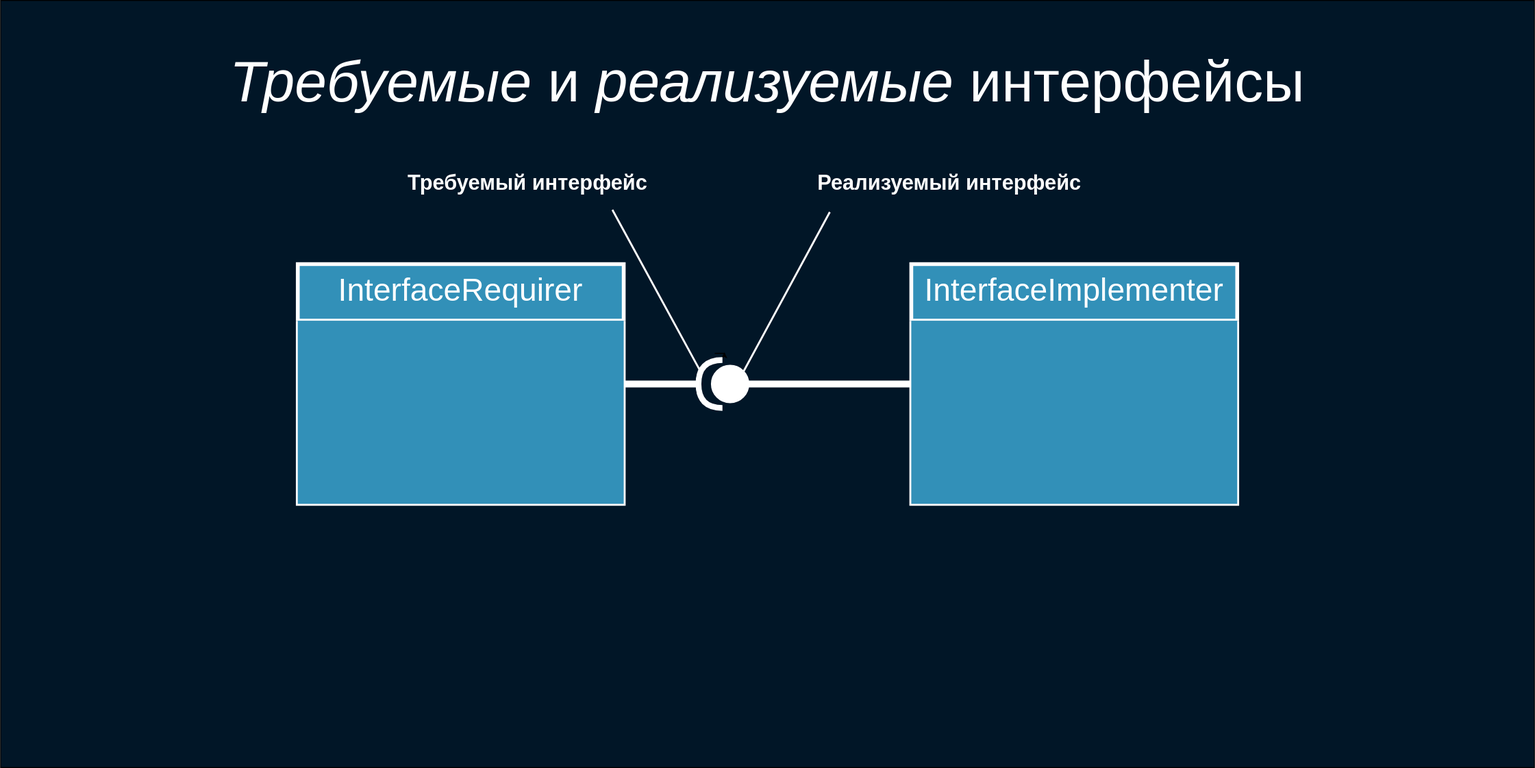
The draw.io diagram deck/ru/diagrams/requiredInterface.svg in softspiders/dip-in-ca-deck, before a commit. Source tidied: cells renumbered, new cells last; positions are measured from the earlier drawing's top-left corner, leaving out a move shared by most shapes.
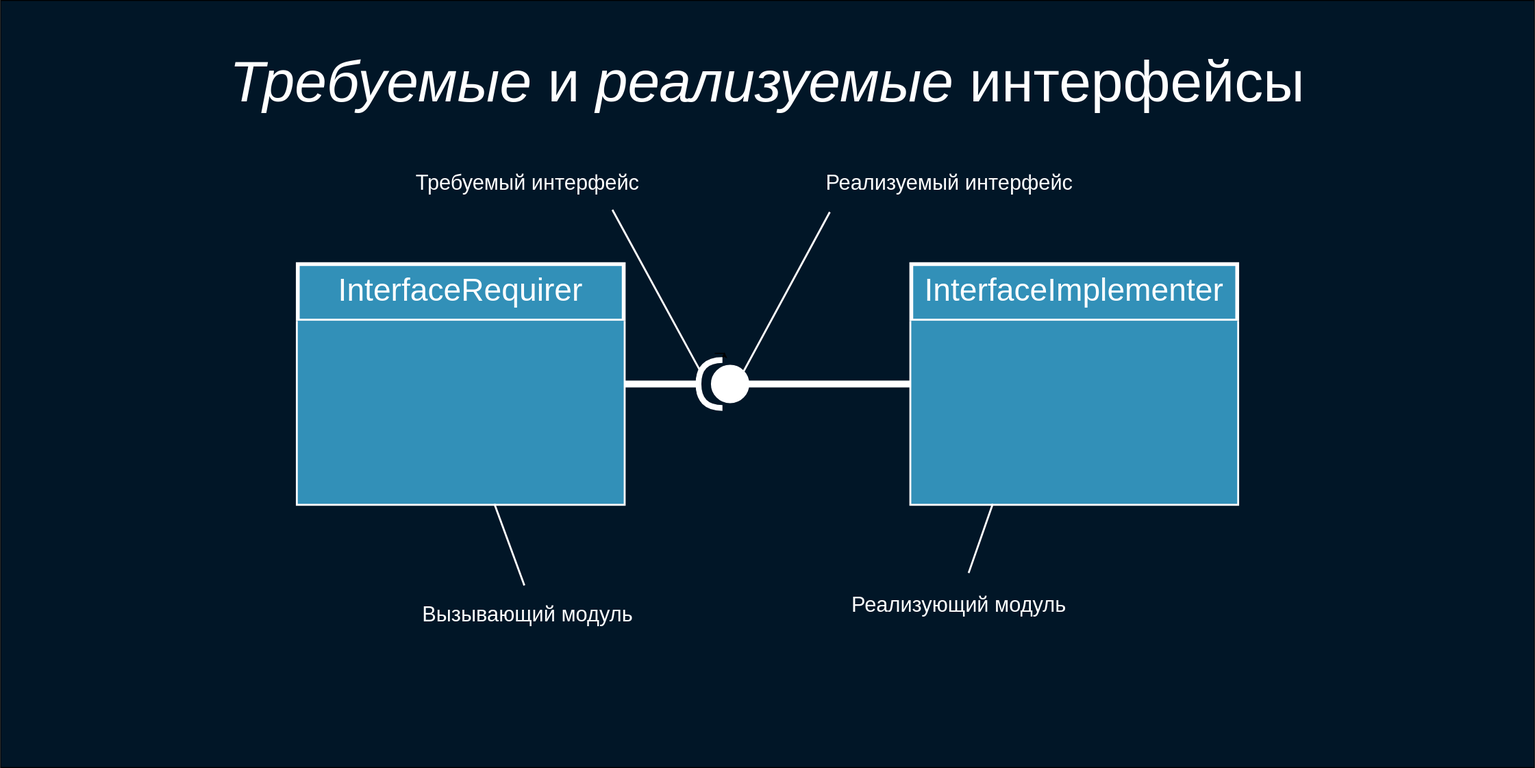
After the commit.

What changed in the source:
```diff
@@ -35,17 +35,29 @@
     <mxCell id="11" style="text;strokeColor=none;fillColor=#3290B8;align=left;verticalAlign=top;spacingLeft=4;spacingRight=4;overflow=hidden;points=[[0,0.5],[1,0.5]];portConstraint=eastwest;fontColor=#FFFFFF;fontSize=30;labelBackgroundColor=none;" parent="10" vertex="1">
       <mxGeometry y="59" width="340" height="191" as="geometry" />
     </mxCell>
-    <mxCell id="12" value="Требуемый интерфейс" style="text;align=center;fontStyle=1;verticalAlign=middle;spacingLeft=3;spacingRight=3;strokeColor=none;points=[[0,0.5],[1,0.5]];portConstraint=eastwest;labelBackgroundColor=none;fillColor=none;fontSize=22;fontColor=#FFFFFF;strokeWidth=4;" parent="1" vertex="1">
+    <mxCell id="12" value="Требуемый интерфейс" style="text;align=center;fontStyle=0;verticalAlign=middle;spacingLeft=3;spacingRight=3;strokeColor=none;points=[[0,0.5],[1,0.5]];portConstraint=eastwest;labelBackgroundColor=none;fillColor=none;fontSize=22;fontColor=#FFFFFF;strokeWidth=4;" parent="1" vertex="1">
       <mxGeometry x="410" y="160" width="280" height="56" as="geometry" />
     </mxCell>
     <mxCell id="13" style="endArrow=none;html=1;strokeColor=#FFFFFF;strokeWidth=2;fontSize=16;fontColor=#FFFFFF;entryX=0.815;entryY=1.041;entryDx=0;entryDy=0;entryPerimeter=0;exitX=0.962;exitY=0.769;exitDx=0;exitDy=0;exitPerimeter=0;" parent="1" edge="1" source="6" target="12">
       <mxGeometry relative="1" as="geometry" />
     </mxCell>
-    <mxCell id="14" value="Реализуемый интерфейс" style="text;align=center;fontStyle=1;verticalAlign=middle;spacingLeft=3;spacingRight=3;strokeColor=none;points=[[0,0.5],[1,0.5]];portConstraint=eastwest;labelBackgroundColor=none;fillColor=none;fontSize=22;fontColor=#FFFFFF;strokeWidth=4;" parent="1" vertex="1">
+    <mxCell id="14" value="Реализуемый интерфейс" style="text;align=center;fontStyle=0;verticalAlign=middle;spacingLeft=3;spacingRight=3;strokeColor=none;points=[[0,0.5],[1,0.5]];portConstraint=eastwest;labelBackgroundColor=none;fillColor=none;fontSize=22;fontColor=#FFFFFF;strokeWidth=4;" parent="1" vertex="1">
       <mxGeometry x="740" y="160" width="500" height="56" as="geometry" />
     </mxCell>
     <mxCell id="15" style="endArrow=none;html=1;strokeColor=#FFFFFF;strokeWidth=2;fontSize=16;fontColor=#FFFFFF;entryX=0.25;entryY=1.083;entryDx=0;entryDy=0;entryPerimeter=0;exitX=0.068;exitY=0.746;exitDx=0;exitDy=0;exitPerimeter=0;" parent="1" edge="1" source="6" target="14">
       <mxGeometry relative="1" as="geometry" />
     </mxCell>
+    <mxCell id="16" value="Вызывающий модуль" style="text;align=center;fontStyle=0;verticalAlign=middle;spacingLeft=3;spacingRight=3;strokeColor=none;points=[[0,0.5],[1,0.5]];portConstraint=eastwest;labelBackgroundColor=none;fillColor=none;fontSize=22;fontColor=#FFFFFF;strokeWidth=4;" parent="1" vertex="1">
+      <mxGeometry x="410" y="610" width="280" height="56" as="geometry" />
+    </mxCell>
+    <mxCell id="17" style="endArrow=none;html=1;strokeColor=#FFFFFF;strokeWidth=2;fontSize=16;fontColor=#FFFFFF;entryX=0.487;entryY=0.001;entryDx=0;entryDy=0;entryPerimeter=0;" parent="1" edge="1" source="11" target="16">
+      <mxGeometry relative="1" as="geometry" />
+    </mxCell>
+    <mxCell id="18" value="Реализующий модуль" style="text;align=center;fontStyle=0;verticalAlign=middle;spacingLeft=3;spacingRight=3;strokeColor=none;points=[[0,0.5],[1,0.5]];portConstraint=eastwest;labelBackgroundColor=none;fillColor=none;fontSize=22;fontColor=#FFFFFF;strokeWidth=4;" parent="1" vertex="1">
+      <mxGeometry x="860" y="600" width="280" height="56" as="geometry" />
+    </mxCell>
+    <mxCell id="19" style="endArrow=none;html=1;strokeColor=#FFFFFF;strokeWidth=2;fontSize=16;fontColor=#FFFFFF;entryX=0.535;entryY=-0.051;entryDx=0;entryDy=0;entryPerimeter=0;exitX=0.25;exitY=1;exitDx=0;exitDy=0;" parent="1" edge="1" source="8" target="18">
+      <mxGeometry relative="1" as="geometry" />
+    </mxCell>
   </root>
 </mxGraphModel>
```
